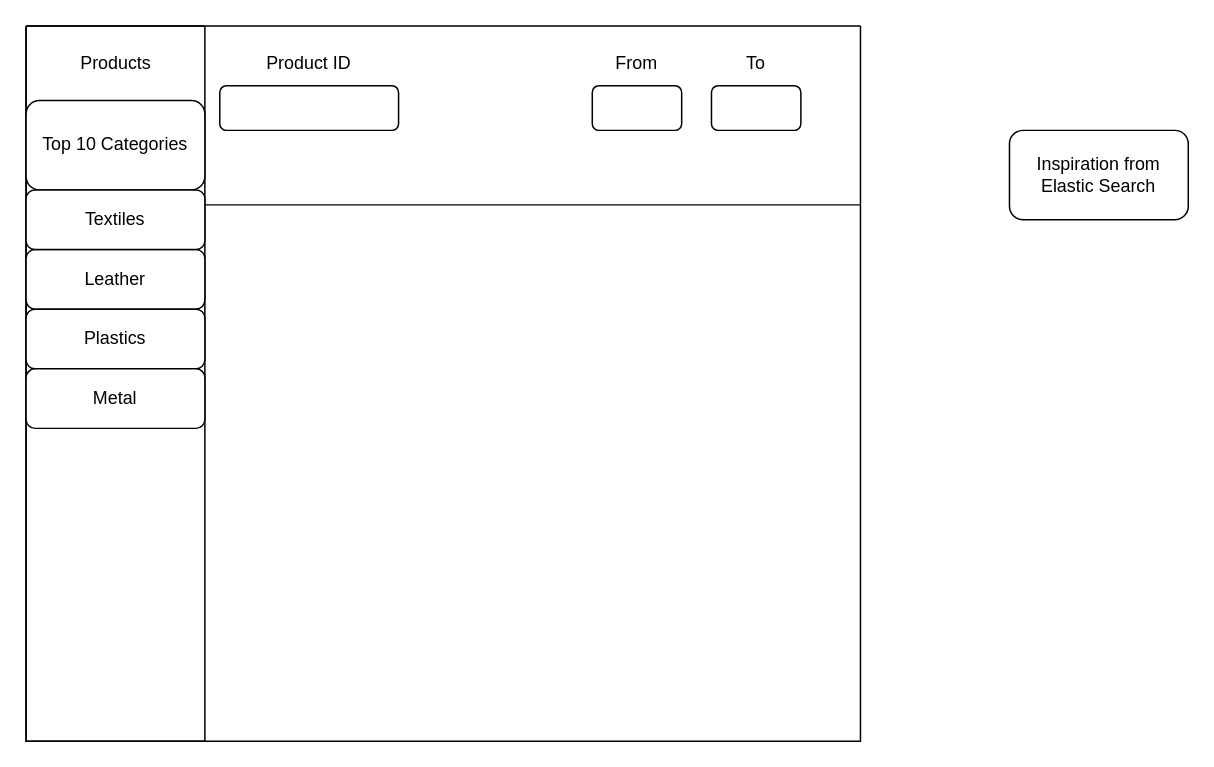
Earlier version of the draw.io diagram dokupass.drawio (DokuPass/documents). Source tidied: cells renumbered, new cells numbered last; positions are measured from the earlier drawing's top-left corner, leaving out a move shared by most shapes. Both pictures are drawn from the tidied source at 149%, with x=0, y=0 at pixel (25, 25).
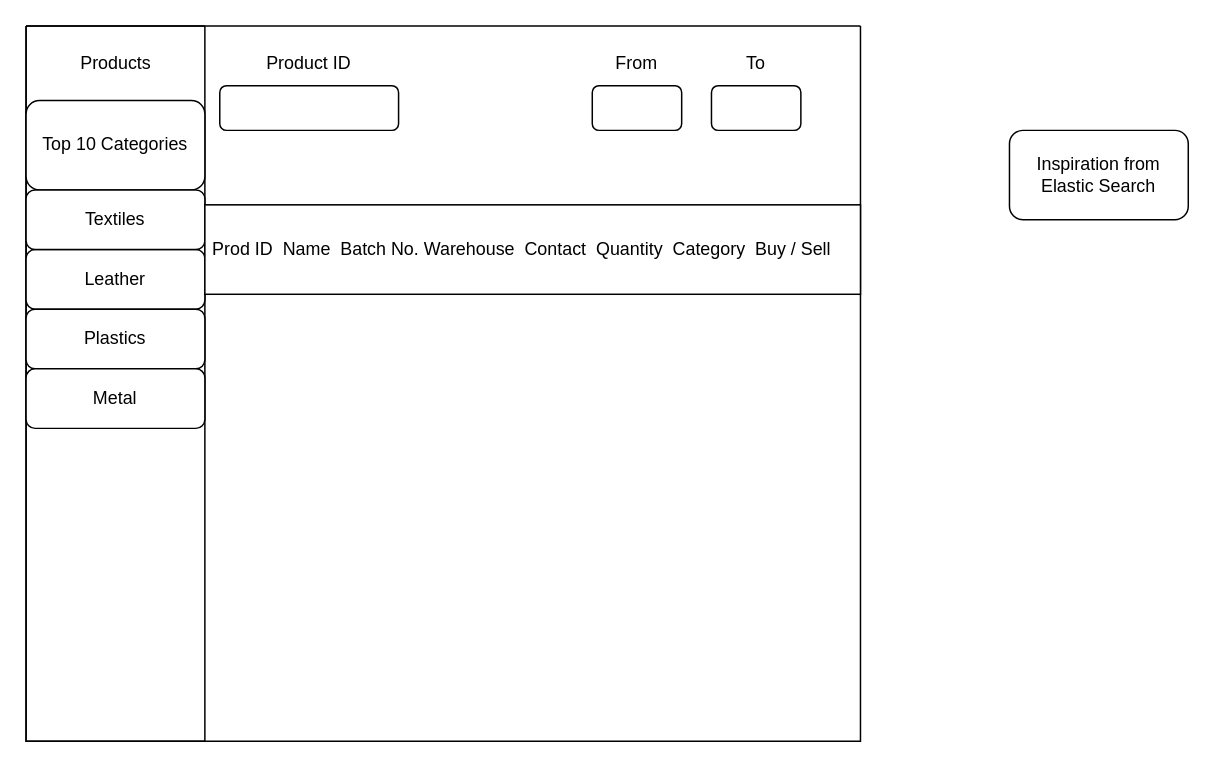
The same diagram, later.

The edit, as a diff of the source:
```diff
@@
 <mxGraphModel>
   <root>
     <mxCell id="0" />
     <mxCell id="1" parent="0" />
     <mxCell id="2" style="swimlane;startSize=0;" parent="1" vertex="1">
       <mxGeometry width="560" height="480" as="geometry" />
     </mxCell>
     <mxCell id="3" style="swimlane;startSize=0;" parent="2" vertex="1">
       <mxGeometry width="120" height="480" as="geometry" />
     </mxCell>
     <mxCell id="4" value="Products" style="text;html=1;align=center;verticalAlign=middle;strokeColor=none;fillColor=none;" parent="3" vertex="1">
       <mxGeometry x="25" y="10" width="70" height="30" as="geometry" />
     </mxCell>
     <mxCell id="5" value="Top 10 Categories" style="rounded=1;whiteSpace=wrap;html=1;" parent="3" vertex="1">
       <mxGeometry y="50" width="120" height="60" as="geometry" />
     </mxCell>
     <mxCell id="6" value="Leather" style="rounded=1;whiteSpace=wrap;html=1;" parent="3" vertex="1">
       <mxGeometry y="150" width="120" height="40" as="geometry" />
     </mxCell>
     <mxCell id="7" value="Plastics" style="rounded=1;whiteSpace=wrap;html=1;" parent="3" vertex="1">
       <mxGeometry y="190" width="120" height="40" as="geometry" />
     </mxCell>
     <mxCell id="8" value="Metal" style="rounded=1;whiteSpace=wrap;html=1;" parent="3" vertex="1">
       <mxGeometry y="230" width="120" height="40" as="geometry" />
     </mxCell>
     <mxCell id="9" value="Textiles" style="rounded=1;whiteSpace=wrap;html=1;" parent="3" vertex="1">
       <mxGeometry y="110" width="120" height="40" as="geometry" />
     </mxCell>
     <mxCell id="10" style="endArrow=none;html=1;rounded=0;exitX=1;exitY=0.25;exitDx=0;exitDy=0;entryX=1;entryY=0.25;entryDx=0;entryDy=0;" parent="2" edge="1" source="3" target="2">
       <mxGeometry relative="1" as="geometry" />
     </mxCell>
     <mxCell id="11" style="rounded=1;whiteSpace=wrap;html=1;" parent="2" vertex="1">
       <mxGeometry x="130" y="40" width="120" height="30" as="geometry" />
     </mxCell>
     <mxCell id="12" value="Product ID" style="text;html=1;align=center;verticalAlign=middle;whiteSpace=wrap;rounded=0;" parent="2" vertex="1">
       <mxGeometry x="160" y="10" width="60" height="30" as="geometry" />
     </mxCell>
     <mxCell id="13" style="rounded=1;whiteSpace=wrap;html=1;" parent="2" vertex="1">
       <mxGeometry x="380" y="40" width="60" height="30" as="geometry" />
     </mxCell>
     <mxCell id="14" value="From" style="text;html=1;align=center;verticalAlign=middle;whiteSpace=wrap;rounded=0;" parent="2" vertex="1">
       <mxGeometry x="380" y="10" width="60" height="30" as="geometry" />
     </mxCell>
     <mxCell id="15" style="rounded=1;whiteSpace=wrap;html=1;" parent="2" vertex="1">
       <mxGeometry x="460" y="40" width="60" height="30" as="geometry" />
     </mxCell>
     <mxCell id="16" value="To" style="text;html=1;align=center;verticalAlign=middle;whiteSpace=wrap;rounded=0;" parent="2" vertex="1">
       <mxGeometry x="460" y="10" width="60" height="30" as="geometry" />
     </mxCell>
+    <mxCell id="18" value="&amp;nbsp;Prod ID&amp;nbsp; Name&amp;nbsp; Batch No. Warehouse&amp;nbsp; Contact&amp;nbsp; Quantity&amp;nbsp; Category&amp;nbsp; Buy / Sell" style="whiteSpace=wrap;html=1;align=left;" parent="2" vertex="1">
+      <mxGeometry x="120" y="120" width="440" height="60" as="geometry" />
+    </mxCell>
     <mxCell id="17" value="Inspiration from Elastic Search" style="rounded=1;whiteSpace=wrap;html=1;" parent="1" vertex="1">
       <mxGeometry x="660" y="70" width="120" height="60" as="geometry" />
     </mxCell>
   </root>
 </mxGraphModel>
```
